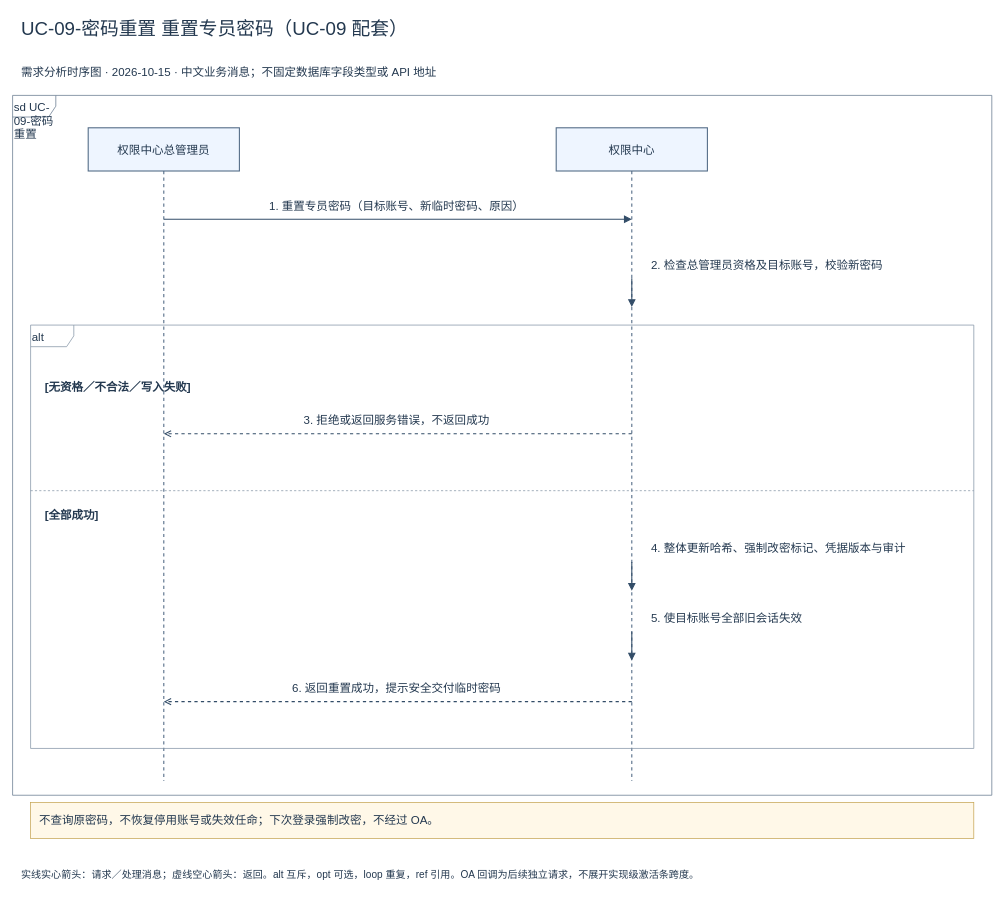
The draw.io diagram page "UC-09-密码重置 重置权限管理员密码（UC-09 配套）" (4 of 5) of docs/sequences-v1/UC-09_管理员登录与退出_时序图.drawio in Noah-hope/RBAC-admin, before the edit. Source tidied: cells renumbered, new cells numbered last; positions are measured from the earlier drawing's top-left corner, leaving out a move shared by most shapes. Both pictures are drawn from the tidied source at 72%, with x=0, y=0 at pixel (12, 12).
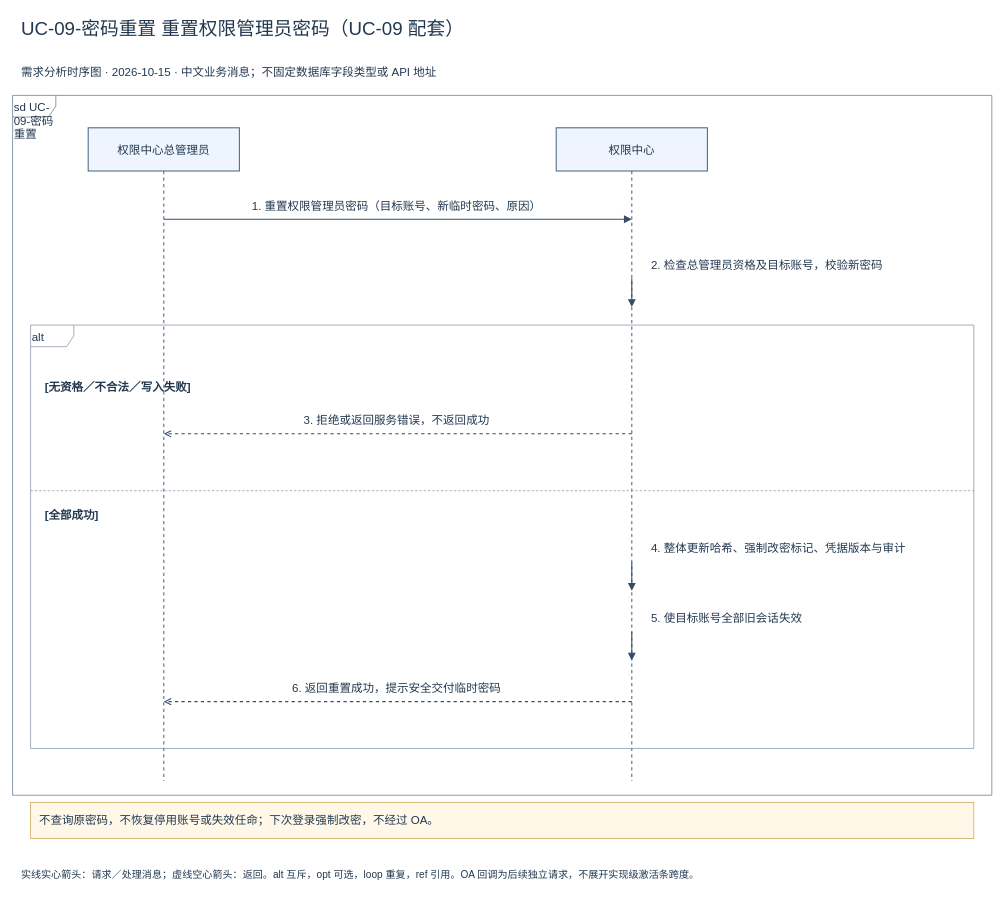
After the change.

Diff of the diagram source:
```diff
@@
-    <mxCell id="3" value="UC-09-密码重置 重置专员密码（UC-09 配套）" style="html=1;fontFamily=Microsoft YaHei;fontSize=16;fontColor=#23384f;text;align=left;fontSize=26;fillColor=none;strokeColor=none;" parent="1" vertex="1">
+    <mxCell id="3" value="UC-09-密码重置 重置权限管理员密码（UC-09 配套）" style="html=1;fontFamily=Microsoft YaHei;fontSize=16;fontColor=#23384f;text;align=left;fontSize=26;fillColor=none;strokeColor=none;" parent="1" vertex="1">
       <mxGeometry x="10" width="1340" height="60" as="geometry" />
     </mxCell>
@@
-    <mxCell id="12" value="1. 重置专员密码（目标账号、新临时密码、原因）" style="html=1;fontFamily=Microsoft YaHei;fontSize=16;fontColor=#23384f;text;align=center;verticalAlign=middle;fillColor=#ffffff;strokeColor=none;" parent="1" vertex="1">
+    <mxCell id="12" value="1. 重置权限管理员密码（目标账号、新临时密码、原因）" style="html=1;fontFamily=Microsoft YaHei;fontSize=16;fontColor=#23384f;text;align=center;verticalAlign=middle;fillColor=#ffffff;strokeColor=none;" parent="1" vertex="1">
       <mxGeometry x="235" y="256" width="595" height="24" as="geometry" />
     </mxCell>
```
